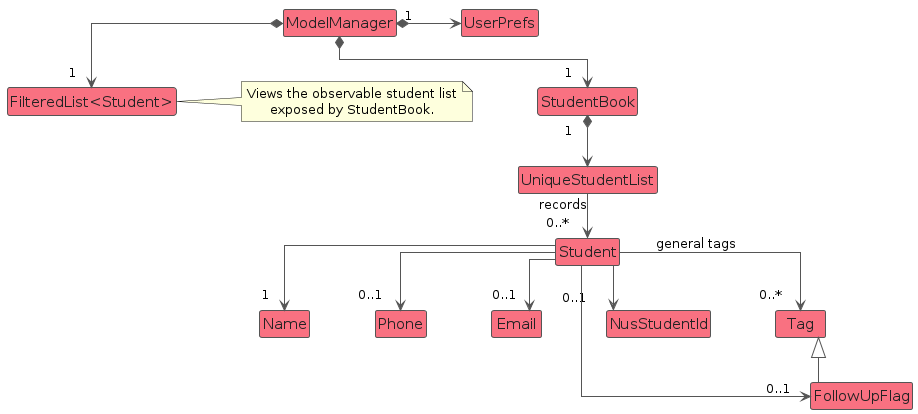
Above: diagrams/ModelClassDiagram.png in AY2627S1-CS2103T-T16-1/tp (PlantUML), before the change. Its source is kept beside it as diagrams/ModelClassDiagram.puml.
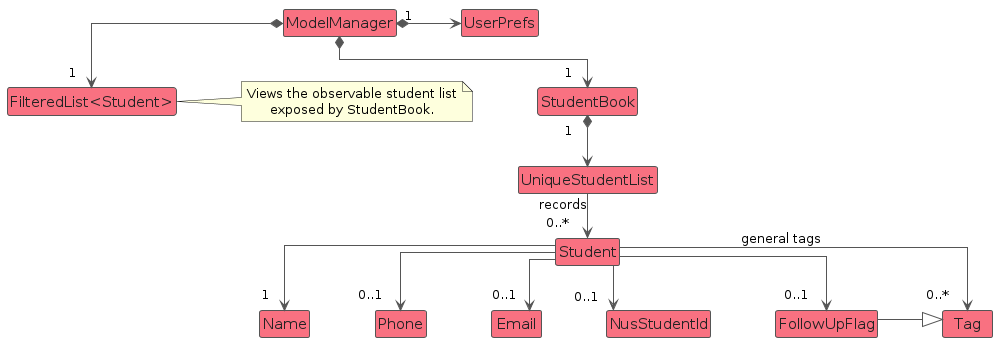
The same file after the commit.

The edit, as a diff of the source:
```diff
@@ -35,13 +35,14 @@
 Student --> "1   " Name
 Student --> "0..1   " Phone
 Student --> "0..1   " Email
-Student --> "0..1   " NusStudentId
+Student --> "0..1" NusStudentId
 Student --> "0..*   " Tag : general tags
 Student --> "0..1   " FollowUpFlag
-FollowUpFlag -up-|> Tag
+FollowUpFlag -right-|> Tag
 
 Name -[hidden]right-> Phone
 Phone -[hidden]right-> Email
 Email -[hidden]right-> NusStudentId
-NusStudentId -[hidden]right-> Tag
+NusStudentId -[hidden]right-> FollowUpFlag
+FollowUpFlag -[hidden]right-> Tag
 @enduml
```
